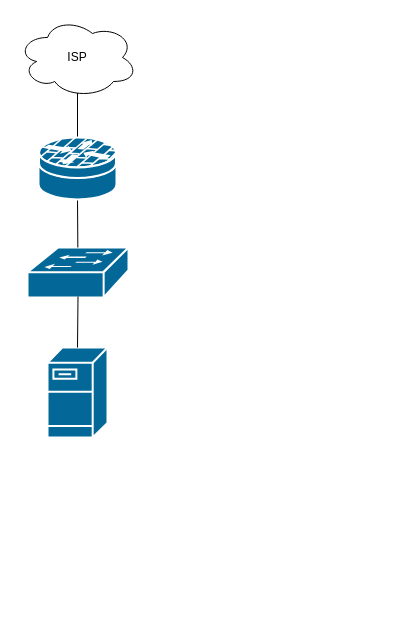
The draw.io diagram page "As-is" (1 of 2) of tower_HA.drawio in adamrt918/Diagram, before the edit. Source tidied: cells renumbered, new cells numbered last; positions are measured from the earlier drawing's top-left corner, leaving out a move shared by most shapes. Both pictures are drawn from the tidied source at 100%, with x=0, y=0 at pixel (17, 17).
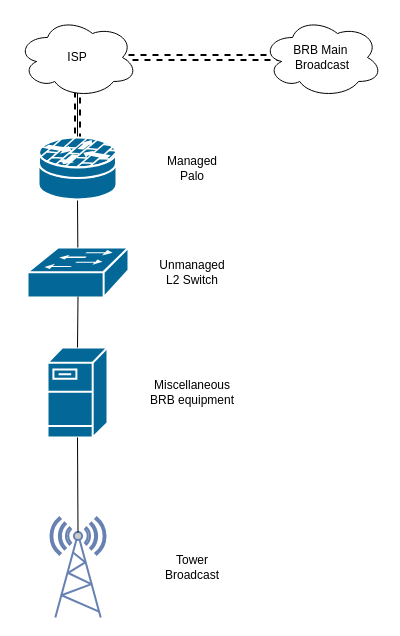
The same page after the edit.

The change refers to these unchanged cells:
```xml
<mxCell id="6" style="shape=mxgraph.cisco.servers.fileserver;sketch=0;html=1;dashed=0;fillColor=#036897;strokeColor=#ffffff;strokeWidth=2;verticalLabelPosition=bottom;verticalAlign=top;align=center;outlineConnect=0;" parent="1" vertex="1">
  <mxGeometry x="30" y="330" width="60" height="90" as="geometry" />
</mxCell>
```

What changed in the source:
```diff
@@
+    <mxCell id="10" style="endArrow=none;html=1;rounded=0;shape=link;strokeWidth=2;strokeColor=light-dark(#000000,#FF6666);dashed=1;" parent="1" edge="1">
+      <mxGeometry relative="1" as="geometry">
+        <mxPoint x="60" y="140" as="sourcePoint" />
+        <mxPoint x="265" y="40" as="targetPoint" />
+        <Array as="points">
+          <mxPoint x="60" y="40" />
+        </Array>
+      </mxGeometry>
+    </mxCell>
@@
+    <mxCell id="11" style="fontColor=#0066CC;verticalAlign=top;verticalLabelPosition=bottom;labelPosition=center;align=center;html=1;outlineConnect=0;fillColor=#CCCCCC;strokeColor=#6881B3;gradientColor=none;gradientDirection=north;strokeWidth=2;shape=mxgraph.networks.radio_tower;" parent="1" vertex="1">
+      <mxGeometry x="33" y="500" width="55" height="100" as="geometry" />
+    </mxCell>
+    <mxCell id="12" style="endArrow=none;html=1;rounded=0;entryX=0.5;entryY=1;entryDx=0;entryDy=0;entryPerimeter=0;exitX=0.5;exitY=0.15;exitDx=0;exitDy=0;exitPerimeter=0;" parent="1" edge="1" source="11" target="6">
+      <mxGeometry relative="1" as="geometry" />
+    </mxCell>
+    <mxCell id="13" value="BRB Main&amp;nbsp;&lt;div&gt;Broadcast&lt;/div&gt;" style="ellipse;shape=cloud;whiteSpace=wrap;html=1;" parent="1" vertex="1">
+      <mxGeometry x="245" width="120" height="80" as="geometry" />
+    </mxCell>
+    <mxCell id="14" value="Managed Palo" style="text;html=1;whiteSpace=wrap;strokeColor=none;fillColor=none;align=center;verticalAlign=middle;rounded=0;" parent="1" vertex="1">
+      <mxGeometry x="145" y="136" width="60" height="30" as="geometry" />
+    </mxCell>
+    <mxCell id="15" value="Unmanaged L2 Switch" style="text;html=1;align=center;verticalAlign=middle;whiteSpace=wrap;rounded=0;" parent="1" vertex="1">
+      <mxGeometry x="145" y="240" width="60" height="30" as="geometry" />
+    </mxCell>
+    <mxCell id="16" value="Miscellaneous BRB equipment" style="text;html=1;whiteSpace=wrap;strokeColor=none;fillColor=none;align=center;verticalAlign=middle;rounded=0;" parent="1" vertex="1">
+      <mxGeometry x="125" y="355" width="100" height="40" as="geometry" />
+    </mxCell>
+    <mxCell id="17" value="Tower Broadcast" style="text;html=1;whiteSpace=wrap;strokeColor=none;fillColor=none;align=center;verticalAlign=middle;rounded=0;" parent="1" vertex="1">
+      <mxGeometry x="145" y="535" width="60" height="30" as="geometry" />
+    </mxCell>
```
